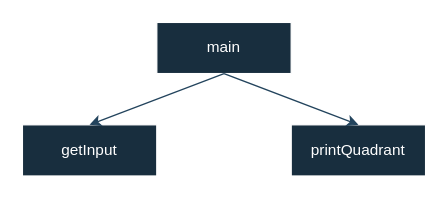
This is page "quadrant_identifier" (2 of 4) of structure_charts.drawio from Jebbxrs/c_proj, a draw.io file, before an edit. Source tidied: cells renumbered, new cells numbered last; positions are measured from the earlier drawing's top-left corner, leaving out a move shared by most shapes. Both pictures are drawn from the tidied source at 128%, with x=0, y=0 at pixel (22, 22).
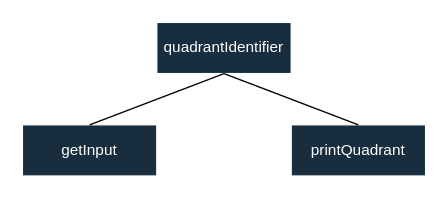
Above is the later version.

Change to the diagram source:
```diff
@@
 <mxGraphModel>
   <root>
     <mxCell id="0" />
     <mxCell id="1" parent="0" />
-    <mxCell id="2" value="main" style="rounded=0;whiteSpace=wrap;html=1;labelBackgroundColor=none;fillColor=#182E3E;strokeColor=#FFFFFF;fontColor=#FFFFFF;" parent="1" vertex="1">
+    <mxCell id="2" value="quadrantIdentifier" style="rounded=0;whiteSpace=wrap;html=1;labelBackgroundColor=none;fillColor=#182E3E;strokeColor=#FFFFFF;fontColor=#FFFFFF;" parent="1" vertex="1">
       <mxGeometry x="105" width="105" height="40" as="geometry" />
     </mxCell>
     <mxCell id="3" value="getInput" style="rounded=0;whiteSpace=wrap;html=1;labelBackgroundColor=none;fillColor=#182E3E;strokeColor=#FFFFFF;fontColor=#FFFFFF;" parent="1" vertex="1">
       <mxGeometry y="80" width="105" height="40" as="geometry" />
     </mxCell>
     <mxCell id="4" value="printQuadrant" style="rounded=0;whiteSpace=wrap;html=1;labelBackgroundColor=none;fillColor=#182E3E;strokeColor=#FFFFFF;fontColor=#FFFFFF;" parent="1" vertex="1">
       <mxGeometry x="210" y="80" width="105" height="40" as="geometry" />
     </mxCell>
-    <mxCell id="5" style="endArrow=classic;html=1;rounded=0;strokeColor=#23445D;entryX=0.5;entryY=0;entryDx=0;entryDy=0;exitX=0.5;exitY=1;exitDx=0;exitDy=0;labelBackgroundColor=none;fontColor=default;" parent="1" edge="1" source="2" target="3">
-      <mxGeometry relative="1" as="geometry" />
-    </mxCell>
-    <mxCell id="6" style="endArrow=classic;html=1;rounded=0;strokeColor=#23445D;entryX=0.5;entryY=0;entryDx=0;entryDy=0;exitX=0.5;exitY=1;exitDx=0;exitDy=0;labelBackgroundColor=none;fontColor=default;" parent="1" edge="1" source="2" target="4">
-      <mxGeometry relative="1" as="geometry" />
-    </mxCell>
+    <mxCell id="7" style="endArrow=none;html=1;rounded=0;entryX=0.5;entryY=1;entryDx=0;entryDy=0;exitX=0.5;exitY=0;exitDx=0;exitDy=0;" parent="1" edge="1" source="3" target="2">
+      <mxGeometry relative="1" as="geometry" />
+    </mxCell>
+    <mxCell id="8" style="endArrow=none;html=1;rounded=0;entryX=0.5;entryY=1;entryDx=0;entryDy=0;exitX=0.5;exitY=0;exitDx=0;exitDy=0;" parent="1" edge="1" source="4" target="2">
+      <mxGeometry relative="1" as="geometry" />
+    </mxCell>
   </root>
 </mxGraphModel>
```
